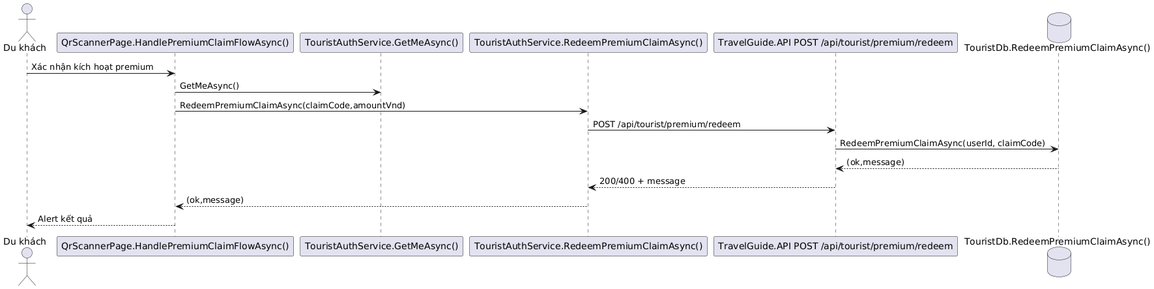
hoangtri22/TravelGuide keeps this PlantUML diagram as Diagrams/SE DuKhach KichHoatPremium.png. Above is the earlier version.
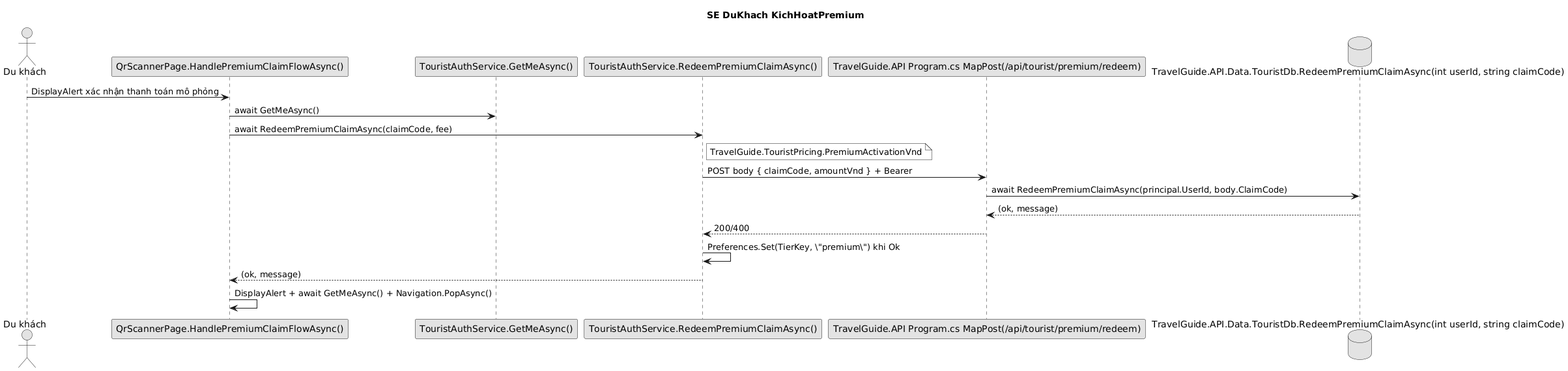
Later version of the same file.

What changed in the source:
```diff
@@ -1,17 +1,24 @@
 @startuml
+title SE DuKhach KichHoatPremium
+skinparam shadowing false
+skinparam monochrome true
 actor "Du khách" as U
 participant "QrScannerPage.HandlePremiumClaimFlowAsync()" as UI
 participant "TouristAuthService.GetMeAsync()" as ME
 participant "TouristAuthService.RedeemPremiumClaimAsync()" as SVC
-participant "TravelGuide.API POST /api/tourist/premium/redeem" as API
-database "TouristDb.RedeemPremiumClaimAsync()" as DB
-U -> UI : Xác nhận kích hoạt premium
-UI -> ME : GetMeAsync()
-UI -> SVC : RedeemPremiumClaimAsync(claimCode,amountVnd)
-SVC -> API : POST /api/tourist/premium/redeem
-API -> DB : RedeemPremiumClaimAsync(userId, claimCode)
-DB --> API : (ok,message)
-API --> SVC : 200/400 + message
-SVC --> UI : (ok,message)
-UI --> U : Alert kết quả
+participant "TravelGuide.API Program.cs MapPost(/api/tourist/premium/redeem)" as API
+database "TravelGuide.API.Data.TouristDb.RedeemPremiumClaimAsync(int userId, string claimCode)" as DB
+U -> UI : DisplayAlert xác nhận thanh toán mô phỏng
+UI -> ME : await GetMeAsync()
+UI -> SVC : await RedeemPremiumClaimAsync(claimCode, fee)
+note right of SVC
+  TravelGuide.TouristPricing.PremiumActivationVnd
+end note
+SVC -> API : POST body { claimCode, amountVnd } + Bearer
+API -> DB : await RedeemPremiumClaimAsync(principal.UserId, body.ClaimCode)
+DB --> API : (ok, message)
+API --> SVC : 200/400
+SVC -> SVC : Preferences.Set(TierKey, \"premium\") khi Ok
+SVC --> UI : (ok, message)
+UI -> UI : DisplayAlert + await GetMeAsync() + Navigation.PopAsync()
 @enduml
```
